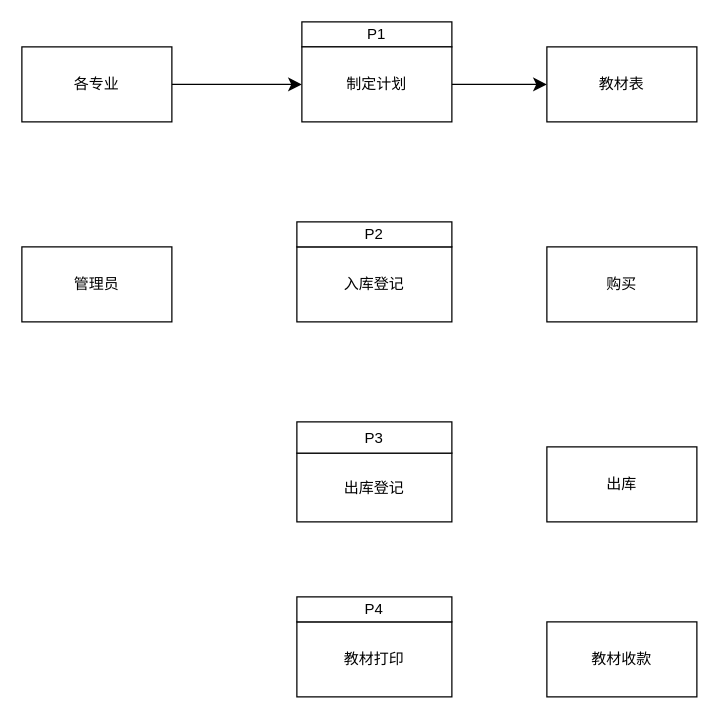
Earlier version of the draw.io diagram sjkprocess.drawio (dinduck/draw.io). Source tidied: cells renumbered, new cells numbered last; positions are measured from the earlier drawing's top-left corner, leaving out a move shared by most shapes. Both pictures are drawn from the tidied source at 125%, with x=0, y=0 at pixel (21, 21).
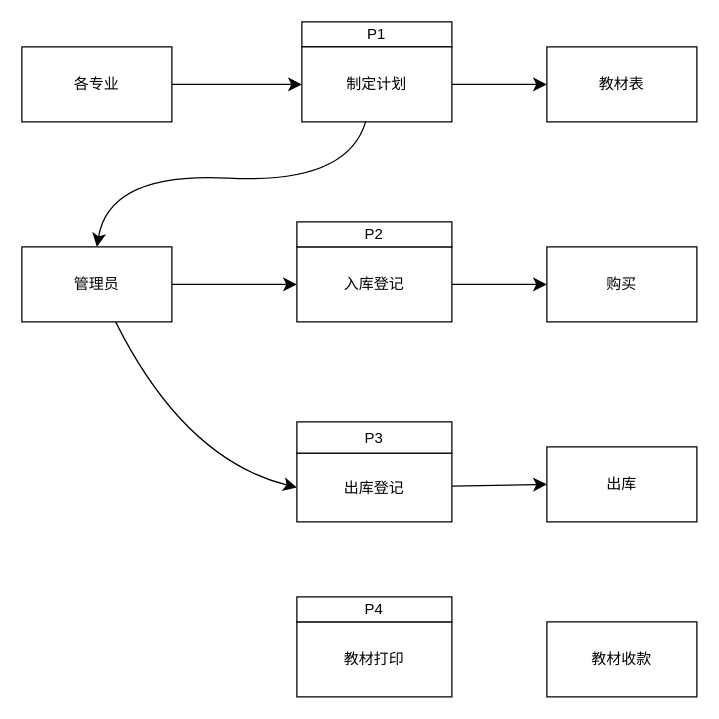
Above is the later version.

Unchanged cells that the change refers to:
```xml
<mxCell id="6" value="制定计划" style="rounded=0;whiteSpace=wrap;html=1;" parent="1" vertex="1">
  <mxGeometry x="224" y="20" width="120" height="60" as="geometry" />
</mxCell>
<mxCell id="8" value="管理员" style="rounded=0;whiteSpace=wrap;html=1;" parent="1" vertex="1">
  <mxGeometry y="180" width="120" height="60" as="geometry" />
</mxCell>
<mxCell id="9" value="入库登记" style="rounded=0;whiteSpace=wrap;html=1;" parent="1" vertex="1">
  <mxGeometry x="220" y="180" width="124" height="60" as="geometry" />
</mxCell>
<mxCell id="11" value="购买" style="rounded=0;whiteSpace=wrap;html=1;" parent="1" vertex="1">
  <mxGeometry x="420" y="180" width="120" height="60" as="geometry" />
</mxCell>
<mxCell id="12" value="出库登记" style="rounded=0;whiteSpace=wrap;html=1;" parent="1" vertex="1">
  <mxGeometry x="220" y="345" width="124" height="55" as="geometry" />
</mxCell>
<mxCell id="14" value="出库" style="rounded=0;whiteSpace=wrap;html=1;" parent="1" vertex="1">
  <mxGeometry x="420" y="340" width="120" height="60" as="geometry" />
</mxCell>
```

What changed in the source:
```diff
@@
+    <mxCell id="18" style="edgeStyle=none;curved=1;rounded=0;jettySize=auto;html=1;entryX=0.5;entryY=0;entryDx=0;entryDy=0;fontSize=12;startSize=8;endSize=8;" parent="1" edge="1" source="6" target="8">
+      <mxGeometry relative="1" as="geometry">
+        <Array as="points">
+          <mxPoint x="260" y="130" />
+          <mxPoint x="70" y="120" />
+        </Array>
+      </mxGeometry>
+    </mxCell>
@@
+    <mxCell id="19" style="edgeStyle=none;curved=1;rounded=0;jettySize=auto;html=1;entryX=0;entryY=0.5;entryDx=0;entryDy=0;fontSize=12;startSize=8;endSize=8;" parent="1" edge="1" source="8" target="9">
+      <mxGeometry relative="1" as="geometry" />
+    </mxCell>
+    <mxCell id="20" style="edgeStyle=none;curved=1;rounded=0;jettySize=auto;html=1;entryX=0;entryY=0.5;entryDx=0;entryDy=0;fontSize=12;startSize=8;endSize=8;" parent="1" edge="1" source="8" target="12">
+      <mxGeometry relative="1" as="geometry">
+        <Array as="points">
+          <mxPoint x="130" y="350" />
+        </Array>
+      </mxGeometry>
+    </mxCell>
@@
+    <mxCell id="21" style="edgeStyle=none;curved=1;rounded=0;jettySize=auto;html=1;entryX=0;entryY=0.5;entryDx=0;entryDy=0;fontSize=12;startSize=8;endSize=8;" parent="1" edge="1" source="9" target="11">
+      <mxGeometry relative="1" as="geometry" />
+    </mxCell>
@@
+    <mxCell id="22" style="edgeStyle=none;curved=1;rounded=0;jettySize=auto;html=1;entryX=0;entryY=0.5;entryDx=0;entryDy=0;fontSize=12;startSize=8;endSize=8;" parent="1" edge="1" source="12" target="14">
+      <mxGeometry relative="1" as="geometry" />
+    </mxCell>
```
